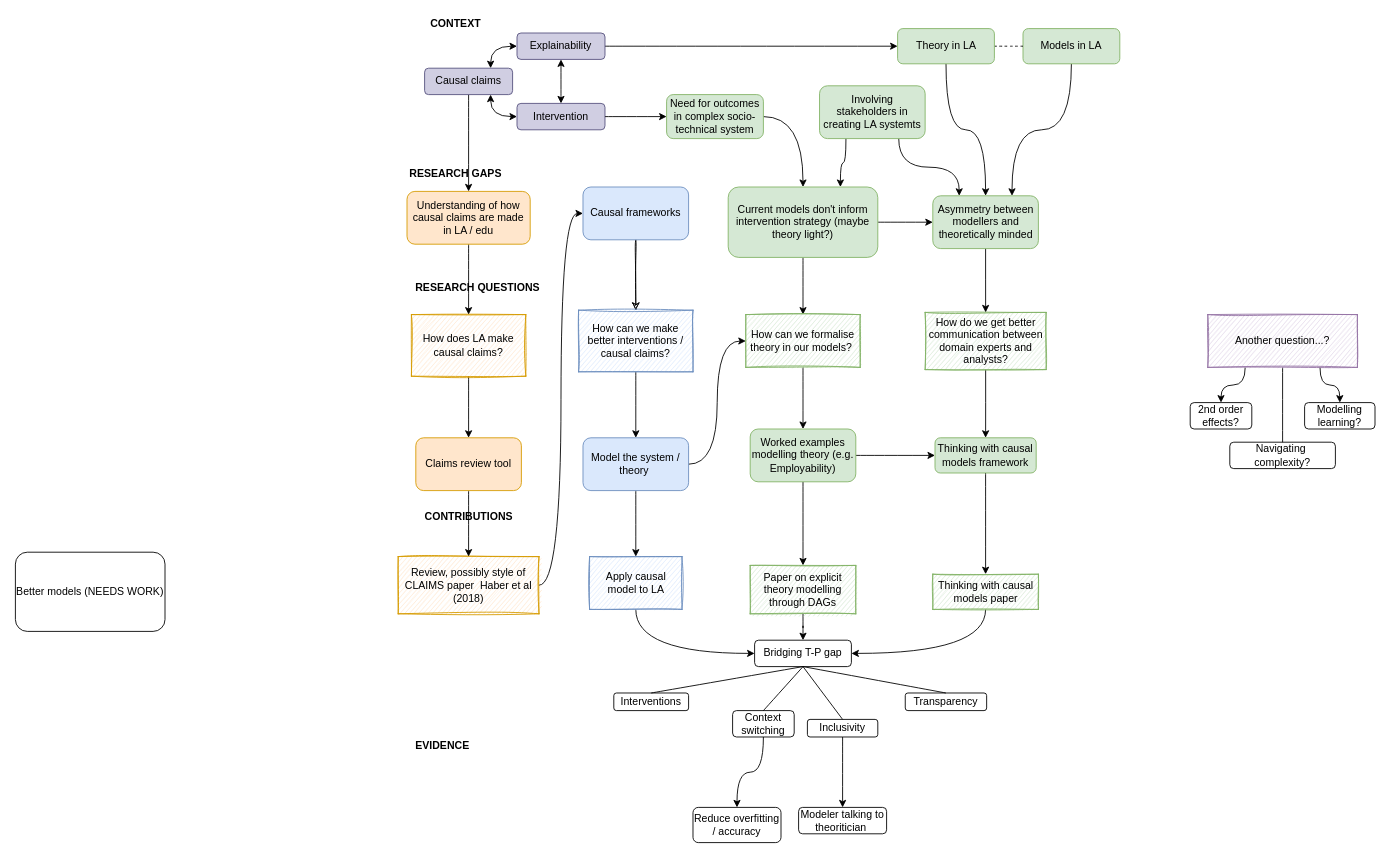
Before: page "Page-2" (2 of 2) of Thesis diagram 8.drawio in benwhicks/phd, a draw.io diagram. Source tidied: cells renumbered, new cells numbered last; positions are measured from the earlier drawing's top-left corner, leaving out a move shared by most shapes. Both pictures are drawn from the tidied source at 88%, with x=0, y=0 at pixel (15, 15).
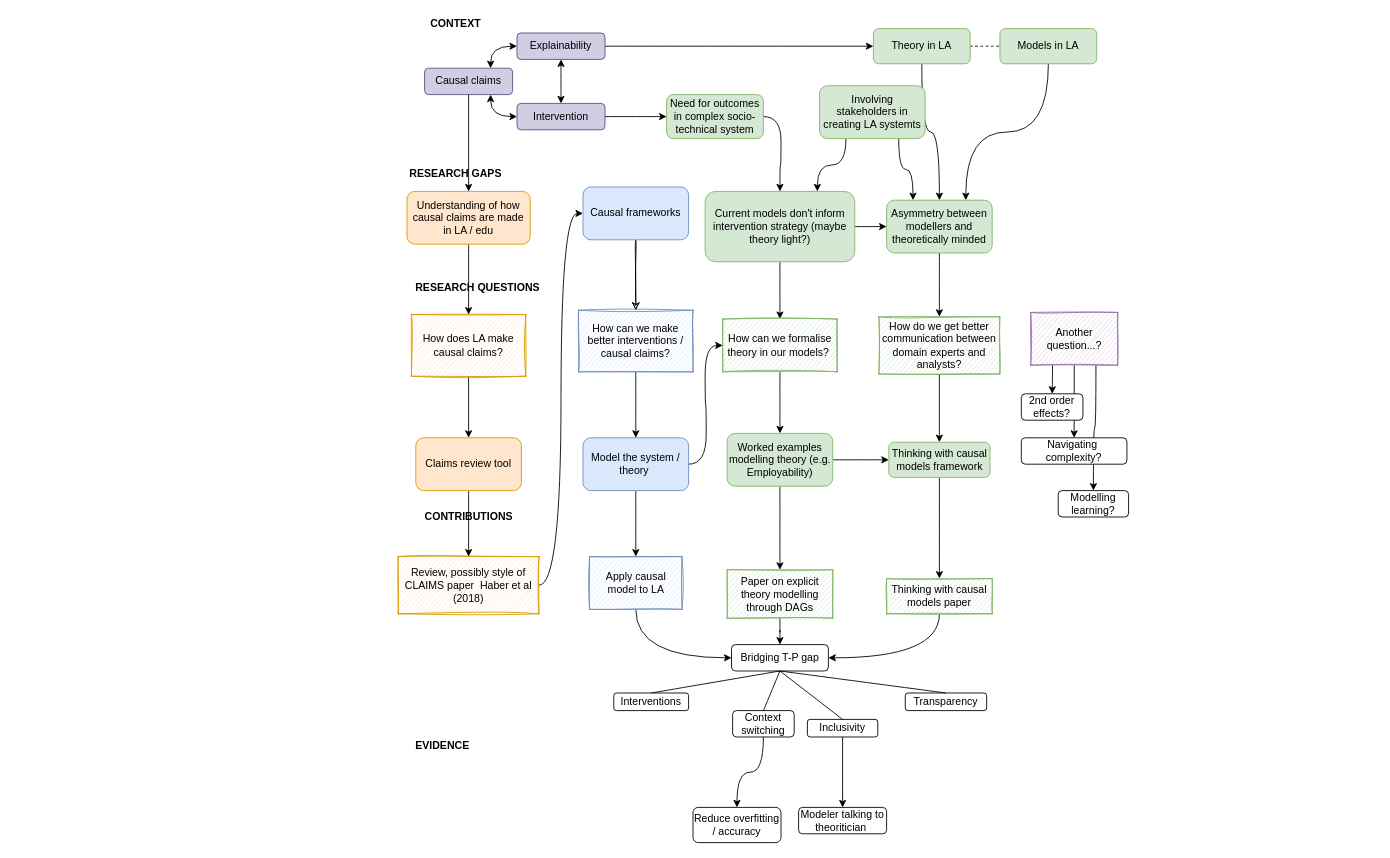
After the change.

The edit, as a diff of the source:
```diff
@@
     <mxCell id="6" value="How do we get better communication between domain experts and analysts?" style="rounded=0;whiteSpace=wrap;html=1;fillColor=#d5e8d4;strokeColor=#82b366;glass=0;sketch=1;" parent="1" vertex="1">
-      <mxGeometry x="1033.8" y="337.5" width="137.5" height="65" as="geometry" />
+      <mxGeometry x="981.2" y="342.5" width="137.5" height="65" as="geometry" />
     </mxCell>
@@
     <mxCell id="8" value="Thinking with causal models framework" style="rounded=1;whiteSpace=wrap;html=1;fillColor=#d5e8d4;strokeColor=#82b366;" parent="1" vertex="1">
-      <mxGeometry x="1045" y="480" width="115" height="40" as="geometry" />
+      <mxGeometry x="992.5" y="485" width="115" height="40" as="geometry" />
     </mxCell>
@@
     <mxCell id="11" value="Current models don't inform intervention strategy (maybe theory light?)" style="rounded=1;whiteSpace=wrap;html=1;fillColor=#d5e8d4;strokeColor=#82b366;" parent="1" vertex="1">
-      <mxGeometry x="810" y="195" width="170" height="80" as="geometry" />
+      <mxGeometry x="783.8" y="200" width="170" height="80" as="geometry" />
     </mxCell>
@@
     <mxCell id="13" value="Asymmetry between modellers and theoretically minded" style="rounded=1;whiteSpace=wrap;html=1;fillColor=#d5e8d4;strokeColor=#82b366;" parent="1" vertex="1">
-      <mxGeometry x="1042.5" y="205" width="120" height="60" as="geometry" />
+      <mxGeometry x="990" y="210" width="120" height="60" as="geometry" />
     </mxCell>
@@
     <mxCell id="15" value="Models in LA" style="rounded=1;whiteSpace=wrap;html=1;fillColor=#d5e8d4;strokeColor=#82b366;" parent="1" vertex="1">
-      <mxGeometry x="1145" y="15" width="110" height="40" as="geometry" />
+      <mxGeometry x="1118.8" y="15" width="110" height="40" as="geometry" />
     </mxCell>
@@
     <mxCell id="18" value="Theory in LA" style="rounded=1;whiteSpace=wrap;html=1;fillColor=#d5e8d4;strokeColor=#82b366;" parent="1" vertex="1">
-      <mxGeometry x="1002.5" y="15" width="110" height="40" as="geometry" />
+      <mxGeometry x="975" y="15" width="110" height="40" as="geometry" />
     </mxCell>
@@
     <mxCell id="23" value="How can we formalise theory in our models?&amp;nbsp;" style="rounded=0;whiteSpace=wrap;html=1;fillColor=#d5e8d4;strokeColor=#82b366;sketch=1;" parent="1" vertex="1">
-      <mxGeometry x="830" y="340" width="130" height="60" as="geometry" />
+      <mxGeometry x="803.8" y="345" width="130" height="60" as="geometry" />
     </mxCell>
@@
-    <mxCell id="25" value="Better models (NEEDS WORK)" style="rounded=1;whiteSpace=wrap;html=1;" parent="1" vertex="1">
-      <mxGeometry y="610" width="170" height="90" as="geometry" />
-    </mxCell>
@@
     <mxCell id="31" value="Bridging T-P gap" style="rounded=1;whiteSpace=wrap;html=1;" parent="1" vertex="1">
-      <mxGeometry x="840" y="710" width="110" height="30" as="geometry" />
+      <mxGeometry x="813.8" y="715" width="110" height="30" as="geometry" />
     </mxCell>
@@
     <mxCell id="44" value="Worked examples modelling theory (e.g. Employability)" style="rounded=1;whiteSpace=wrap;html=1;fillColor=#d5e8d4;strokeColor=#82b366;" parent="1" vertex="1">
-      <mxGeometry x="835" y="470" width="120" height="60" as="geometry" />
+      <mxGeometry x="808.8" y="475" width="120" height="60" as="geometry" />
     </mxCell>
@@
-    <mxCell id="66" style="edgeStyle=orthogonalEdgeStyle;curved=1;rounded=0;sketch=0;jettySize=auto;html=1;exitX=0.5;exitY=1;exitDx=0;exitDy=0;entryX=0.5;entryY=0.5;entryDx=0;entryDy=0;entryPerimeter=0;" parent="1" edge="1" source="68" target="70">
+    <mxCell id="66" style="edgeStyle=orthogonalEdgeStyle;curved=1;rounded=0;sketch=0;jettySize=auto;html=1;exitX=0.5;exitY=1;exitDx=0;exitDy=0;entryX=0.5;entryY=0;entryDx=0;entryDy=0;" parent="1" edge="1" source="68" target="70">
       <mxGeometry relative="1" as="geometry" />
     </mxCell>
@@
     <mxCell id="68" value="Another question...?" style="rounded=0;whiteSpace=wrap;html=1;fillColor=#e1d5e7;strokeColor=#9673a6;glass=0;sketch=1;" parent="1" vertex="1">
-      <mxGeometry x="1355" y="340" width="170" height="60" as="geometry" />
+      <mxGeometry x="1153.8" y="337.5" width="98.8" height="60" as="geometry" />
     </mxCell>
     <mxCell id="69" value="2nd order effects?" style="rounded=1;whiteSpace=wrap;html=1;shadow=0;glass=0;sketch=0;" parent="1" vertex="1">
-      <mxGeometry x="1335" y="440" width="70" height="30" as="geometry" />
+      <mxGeometry x="1143.1" y="430" width="70" height="30" as="geometry" />
     </mxCell>
     <mxCell id="70" value="Navigating&amp;nbsp; complexity?" style="rounded=1;whiteSpace=wrap;html=1;shadow=0;glass=0;sketch=0;" parent="1" vertex="1">
-      <mxGeometry x="1380" y="485" width="120" height="30" as="geometry" />
+      <mxGeometry x="1143.1" y="480" width="120" height="30" as="geometry" />
     </mxCell>
     <mxCell id="71" value="Modelling learning?" style="rounded=1;whiteSpace=wrap;html=1;shadow=0;glass=0;sketch=0;" parent="1" vertex="1">
-      <mxGeometry x="1465" y="440" width="80" height="30" as="geometry" />
+      <mxGeometry x="1185" y="540" width="80" height="30" as="geometry" />
     </mxCell>
@@
     <mxCell id="75" value="Thinking with causal models paper" style="whiteSpace=wrap;html=1;rounded=0;shadow=0;glass=0;sketch=1;fillColor=#d5e8d4;strokeColor=#82b366;" parent="1" vertex="1">
-      <mxGeometry x="1042.5" y="635" width="120" height="40" as="geometry" />
+      <mxGeometry x="990" y="640" width="120" height="40" as="geometry" />
     </mxCell>
@@
     <mxCell id="77" value="Paper on explicit theory modelling through DAGs" style="whiteSpace=wrap;html=1;rounded=0;shadow=0;glass=0;sketch=1;fillColor=#d5e8d4;strokeColor=#82b366;" parent="1" vertex="1">
-      <mxGeometry x="835" y="625" width="120" height="55" as="geometry" />
+      <mxGeometry x="808.8" y="630" width="120" height="55" as="geometry" />
     </mxCell>
```
